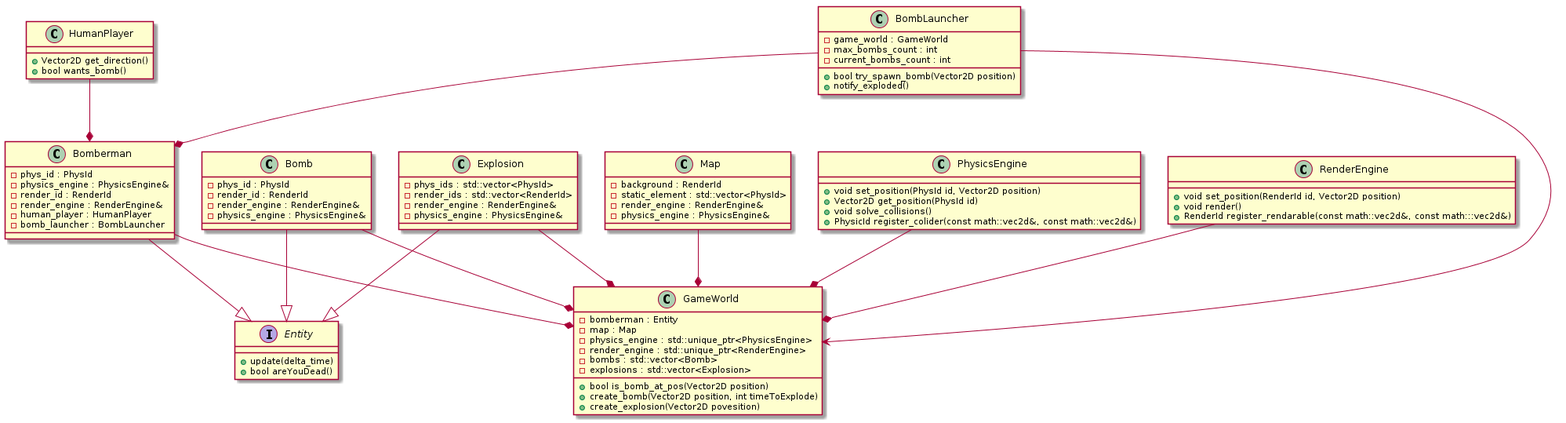
Before: docs/img/class_diagram.png, a diagram exported from PlantUML (NadzwyczajnaGrupaRobocza/bomberman).
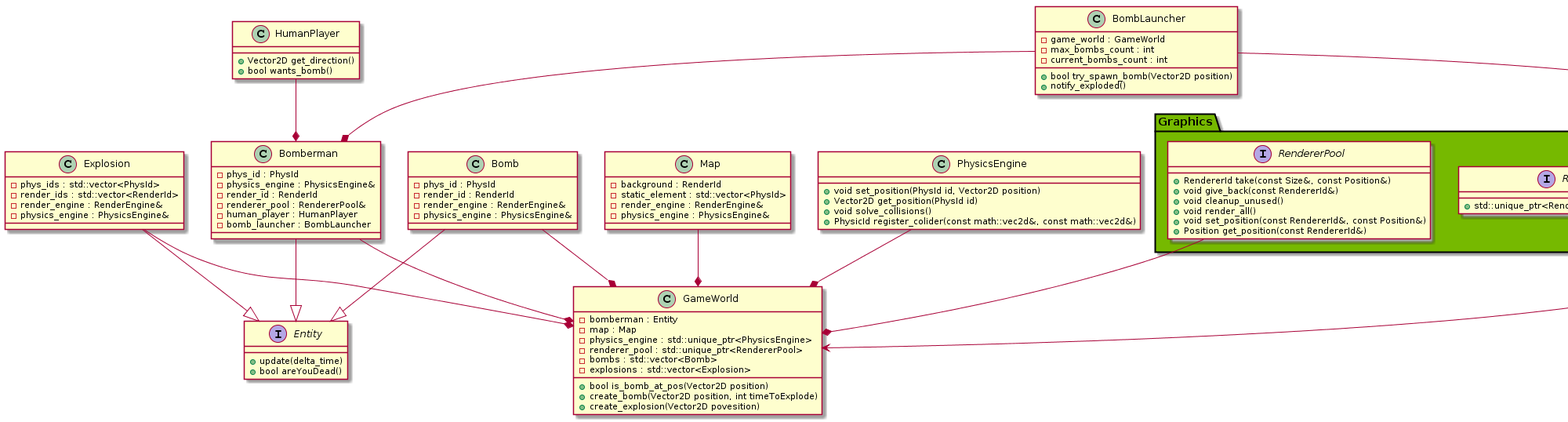
After the commit.

Diff of the diagram source:
```diff
@@ -1,5 +1,4 @@
 @startuml
-
 interface Entity {
 + update(delta_time)
 + bool areYouDead()
@@ -9,7 +8,7 @@
 - phys_id : PhysId
 - physics_engine : PhysicsEngine&
 - render_id : RenderId
-- render_engine : RenderEngine&
+- renderer_pool : RendererPool&
 - human_player : HumanPlayer
 - bomb_launcher : BombLauncher
 }
@@ -18,7 +17,7 @@
 - bomberman : Entity
 - map : Map
 - physics_engine : std::unique_ptr<PhysicsEngine>
-- render_engine : std::unique_ptr<RenderEngine>
+- renderer_pool : std::unique_ptr<RendererPool>
 - bombs : std::vector<Bomb>
 - explosions : std::vector<Explosion>
 + bool is_bomb_at_pos(Vector2D position)
@@ -53,10 +52,18 @@
 + PhysicId register_colider(const math::vec2d&, const math::vec2d&)
 }
 
-class RenderEngine{
-+ void set_position(RenderId id, Vector2D position)
-+ void render()
-+ RenderId register_rendarable(const math::vec2d&, const math:::vec2d&)
+package "Graphics" #76b900 {
+interface RendererPoolFactory{
+  + std::unique_ptr<RendererPool> create(const WindowSize&)
+}
+interface RendererPool{
+  + RendererId take(const Size&, const Position&)
+  + void give_back(const RendererId&)
+  + void cleanup_unused()
+  + void render_all()
+  + void set_position(const RendererId&, const Position&)
+  + Position get_position(const RendererId&)
+}
 }
 
 class Bomb {
@@ -89,7 +96,6 @@
 
 Map --* GameWorld
 
-RenderEngine --* GameWorld
+RendererPool --* GameWorld
 PhysicsEngine --* GameWorld
-
 @enduml
```
